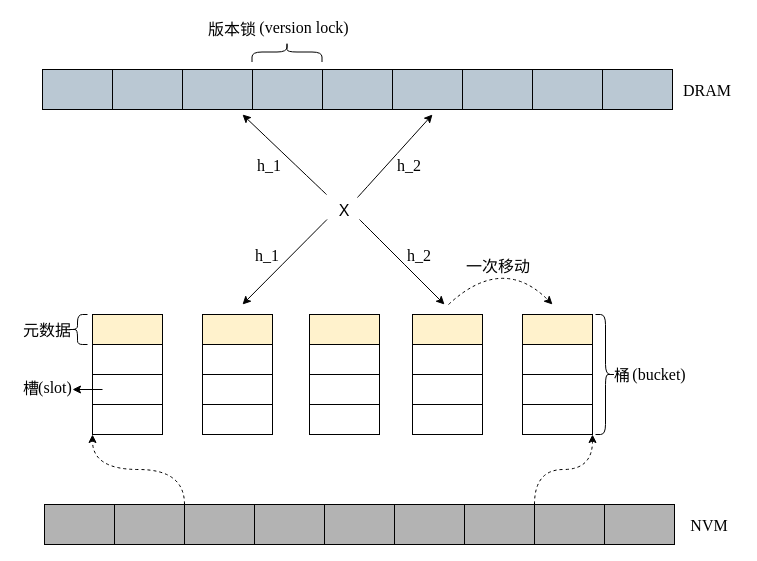
The draw.io diagram page "整体架构" (4 of 18) of 毕业论文.drawio in HustDsy/Picture, before the edit. Source tidied: cells renumbered, new cells numbered last; positions are measured from the earlier drawing's top-left corner, leaving out a move shared by most shapes. Both pictures are drawn from the tidied source at 100%, with x=0, y=0 at pixel (16, 16).
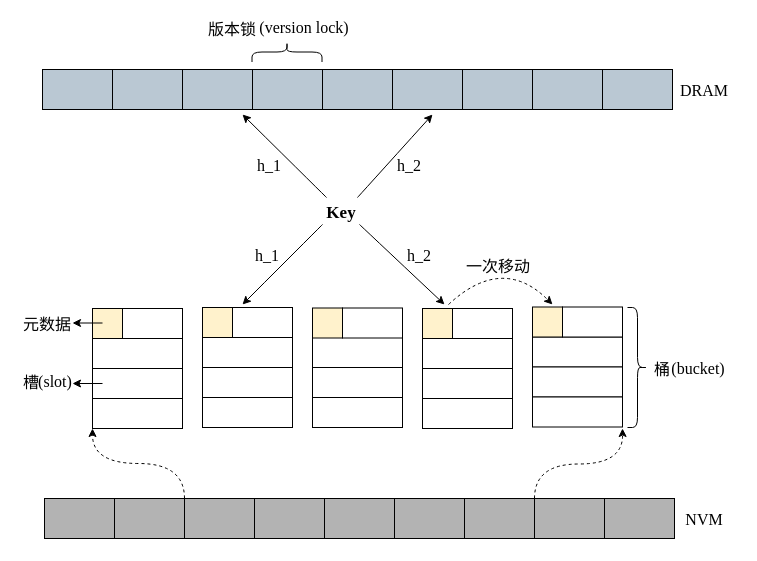
The same page after the edit.

What changed in the source:
```diff
@@
     <mxCell id="2" style="rounded=0;fillColor=#fff2cc;strokeColor=#000000;fontSize=16;" parent="1" vertex="1">
-      <mxGeometry x="76" y="298" width="70" height="30" as="geometry" />
+      <mxGeometry x="76" y="292" width="30" height="30" as="geometry" />
     </mxCell>
     <mxCell id="3" style="rounded=0;fontSize=16;" parent="1" vertex="1">
-      <mxGeometry x="76" y="328" width="70" height="30" as="geometry" />
+      <mxGeometry x="76" y="322" width="90" height="30" as="geometry" />
     </mxCell>
     <mxCell id="4" style="rounded=0;fontSize=16;" parent="1" vertex="1">
-      <mxGeometry x="76" y="358" width="70" height="30" as="geometry" />
+      <mxGeometry x="76" y="352" width="90" height="30" as="geometry" />
     </mxCell>
     <mxCell id="5" style="rounded=0;fontSize=16;" parent="1" vertex="1">
-      <mxGeometry x="76" y="388" width="70" height="30" as="geometry" />
+      <mxGeometry x="76" y="382" width="90" height="30" as="geometry" />
     </mxCell>
-    <mxCell id="6" style="rounded=0;fillColor=#fff2cc;strokeColor=#000000;fontSize=16;" parent="1" vertex="1">
-      <mxGeometry x="186" y="298" width="70" height="30" as="geometry" />
-    </mxCell>
-    <mxCell id="7" style="rounded=0;fontSize=16;" parent="1" vertex="1">
-      <mxGeometry x="186" y="328" width="70" height="30" as="geometry" />
-    </mxCell>
-    <mxCell id="8" style="rounded=0;fontSize=16;" parent="1" vertex="1">
-      <mxGeometry x="186" y="358" width="70" height="30" as="geometry" />
-    </mxCell>
-    <mxCell id="9" style="rounded=0;fontSize=16;" parent="1" vertex="1">
-      <mxGeometry x="186" y="388" width="70" height="30" as="geometry" />
-    </mxCell>
-    <mxCell id="10" style="rounded=0;fillColor=#fff2cc;strokeColor=#000000;fontSize=16;" parent="1" vertex="1">
-      <mxGeometry x="293" y="298" width="70" height="30" as="geometry" />
-    </mxCell>
-    <mxCell id="11" style="rounded=0;fontSize=16;" parent="1" vertex="1">
-      <mxGeometry x="293" y="328" width="70" height="30" as="geometry" />
-    </mxCell>
-    <mxCell id="12" style="rounded=0;fontSize=16;" parent="1" vertex="1">
-      <mxGeometry x="293" y="358" width="70" height="30" as="geometry" />
-    </mxCell>
-    <mxCell id="13" style="rounded=0;fontSize=16;" parent="1" vertex="1">
-      <mxGeometry x="293" y="388" width="70" height="30" as="geometry" />
-    </mxCell>
-    <mxCell id="14" style="rounded=0;fillColor=#fff2cc;strokeColor=#000000;fontSize=16;" parent="1" vertex="1">
-      <mxGeometry x="396" y="298" width="70" height="30" as="geometry" />
-    </mxCell>
-    <mxCell id="15" style="rounded=0;fontSize=16;" parent="1" vertex="1">
-      <mxGeometry x="396" y="328" width="70" height="30" as="geometry" />
-    </mxCell>
-    <mxCell id="16" style="rounded=0;fontSize=16;" parent="1" vertex="1">
-      <mxGeometry x="396" y="358" width="70" height="30" as="geometry" />
-    </mxCell>
-    <mxCell id="17" style="rounded=0;fontSize=16;" parent="1" vertex="1">
-      <mxGeometry x="396" y="388" width="70" height="30" as="geometry" />
-    </mxCell>
-    <mxCell id="18" style="rounded=0;fillColor=#fff2cc;strokeColor=#000000;fontSize=16;" parent="1" vertex="1">
-      <mxGeometry x="506" y="298" width="70" height="30" as="geometry" />
-    </mxCell>
-    <mxCell id="19" style="rounded=0;fontSize=16;" parent="1" vertex="1">
-      <mxGeometry x="506" y="328" width="70" height="30" as="geometry" />
-    </mxCell>
-    <mxCell id="20" style="rounded=0;fontSize=16;" parent="1" vertex="1">
-      <mxGeometry x="506" y="358" width="70" height="30" as="geometry" />
-    </mxCell>
-    <mxCell id="21" style="rounded=0;fontSize=16;" parent="1" vertex="1">
-      <mxGeometry x="506" y="388" width="70" height="30" as="geometry" />
-    </mxCell>
     <mxCell id="22" value="NVM" style="text;align=center;verticalAlign=middle;strokeColor=none;fillColor=none;fontSize=16;fontFamily=Times New Roman;fontColor=#000000;" parent="1" vertex="1">
-      <mxGeometry x="668" y="498" width="50" height="20" as="geometry" />
+      <mxGeometry x="663" y="492" width="50" height="20" as="geometry" />
     </mxCell>
     <mxCell id="23" style="rounded=0;fillColor=#B3B3B3;strokeColor=#000000;fontSize=16;" parent="1" vertex="1">
-      <mxGeometry x="28" y="488" width="70" height="40" as="geometry" />
+      <mxGeometry x="28" y="482" width="70" height="40" as="geometry" />
     </mxCell>
     <mxCell id="24" style="rounded=0;fillColor=#B3B3B3;strokeColor=#000000;fontSize=16;" parent="1" vertex="1">
-      <mxGeometry x="98" y="488" width="70" height="40" as="geometry" />
+      <mxGeometry x="98" y="482" width="70" height="40" as="geometry" />
     </mxCell>
@@
     <mxCell id="26" style="rounded=0;fillColor=#B3B3B3;strokeColor=#000000;fontSize=16;" parent="1" vertex="1">
-      <mxGeometry x="168" y="488" width="70" height="40" as="geometry" />
+      <mxGeometry x="168" y="482" width="70" height="40" as="geometry" />
     </mxCell>
     <mxCell id="27" style="rounded=0;fillColor=#B3B3B3;strokeColor=#000000;fontSize=16;" parent="1" vertex="1">
-      <mxGeometry x="238" y="488" width="70" height="40" as="geometry" />
+      <mxGeometry x="238" y="482" width="70" height="40" as="geometry" />
     </mxCell>
     <mxCell id="28" style="rounded=0;fillColor=#B3B3B3;strokeColor=#000000;fontSize=16;" parent="1" vertex="1">
-      <mxGeometry x="308" y="488" width="70" height="40" as="geometry" />
+      <mxGeometry x="308" y="482" width="70" height="40" as="geometry" />
     </mxCell>
     <mxCell id="29" style="rounded=0;fillColor=#B3B3B3;strokeColor=#000000;fontSize=16;" parent="1" vertex="1">
-      <mxGeometry x="378" y="488" width="70" height="40" as="geometry" />
+      <mxGeometry x="378" y="482" width="70" height="40" as="geometry" />
     </mxCell>
-    <mxCell id="30" style="edgeStyle=orthogonalEdgeStyle;curved=1;jettySize=auto;exitX=1;exitY=0;exitDx=0;exitDy=0;entryX=1;entryY=1;entryDx=0;entryDy=0;dashed=1;fontFamily=Times New Roman;fontSize=16;fontColor=#000000;startArrow=none;startFill=0;endArrow=classic;endFill=1;strokeColor=#000000;strokeWidth=1;" parent="1" edge="1" source="31" target="21">
-      <mxGeometry relative="1" as="geometry" />
+    <mxCell id="30" style="edgeStyle=orthogonalEdgeStyle;curved=1;jettySize=auto;exitX=1;exitY=0;exitDx=0;exitDy=0;dashed=1;fontFamily=Times New Roman;fontSize=16;fontColor=#000000;startArrow=none;startFill=0;endArrow=classic;endFill=1;strokeColor=#000000;strokeWidth=1;" parent="1" edge="1" source="31">
+      <mxGeometry relative="1" as="geometry">
+        <mxPoint x="606" y="412" as="targetPoint" />
+      </mxGeometry>
     </mxCell>
     <mxCell id="31" style="rounded=0;fillColor=#B3B3B3;strokeColor=#000000;fontSize=16;" parent="1" vertex="1">
-      <mxGeometry x="448" y="488" width="70" height="40" as="geometry" />
+      <mxGeometry x="448" y="482" width="70" height="40" as="geometry" />
     </mxCell>
     <mxCell id="32" style="rounded=0;fillColor=#B3B3B3;strokeColor=#000000;fontSize=16;" parent="1" vertex="1">
-      <mxGeometry x="518" y="488" width="70" height="40" as="geometry" />
+      <mxGeometry x="518" y="482" width="70" height="40" as="geometry" />
     </mxCell>
     <mxCell id="33" style="rounded=0;fillColor=#B3B3B3;strokeColor=#000000;fontSize=16;" parent="1" vertex="1">
-      <mxGeometry x="588" y="488" width="70" height="40" as="geometry" />
+      <mxGeometry x="588" y="482" width="70" height="40" as="geometry" />
     </mxCell>
-    <mxCell id="34" value="X" style="text;align=center;verticalAlign=middle;points=[];strokeColor=none;fillColor=none;fontSize=16;" parent="1" vertex="1">
-      <mxGeometry x="313" y="183" width="30" height="20" as="geometry" />
+    <mxCell id="34" value="Key" style="text;align=center;verticalAlign=middle;points=[];strokeColor=none;fillColor=none;fontSize=17;fontFamily=Times New Roman;fontStyle=1;" parent="1" vertex="1">
+      <mxGeometry x="300" y="179" width="50" height="30" as="geometry" />
     </mxCell>
-    <mxCell id="35" style="endArrow=classic;fontFamily=Times New Roman;fontSize=16;fontColor=#000000;strokeColor=#000000;strokeWidth=1;curved=1;exitX=-0.083;exitY=1;exitDx=0;exitDy=0;exitPerimeter=0;" parent="1" edge="1" source="34">
+    <mxCell id="35" style="endArrow=classic;fontFamily=Times New Roman;fontSize=16;fontColor=#000000;strokeColor=#000000;strokeWidth=1;curved=1;" parent="1" edge="1">
       <mxGeometry relative="1" as="geometry">
+        <mxPoint x="306" y="208" as="sourcePoint" />
         <mxPoint x="226" y="288" as="targetPoint" />
       </mxGeometry>
     </mxCell>
     <mxCell id="36" style="endArrow=classic;fontFamily=Times New Roman;fontSize=16;fontColor=#000000;strokeColor=#000000;strokeWidth=1;curved=1;" parent="1" edge="1">
       <mxGeometry relative="1" as="geometry">
-        <mxPoint x="343" y="203" as="sourcePoint" />
+        <mxPoint x="343" y="208" as="sourcePoint" />
         <mxPoint x="428" y="288" as="targetPoint" />
       </mxGeometry>
     </mxCell>
@@
     <mxCell id="48" value="DRAM" style="text;align=center;verticalAlign=middle;strokeColor=none;fillColor=none;fontSize=16;fontFamily=Times New Roman;fontColor=#000000;" parent="1" vertex="1">
-      <mxGeometry x="661" y="63" width="60" height="20" as="geometry" />
+      <mxGeometry x="658" y="63" width="60" height="20" as="geometry" />
     </mxCell>
@@
     <mxCell id="51" value=" (bucket)" style="text;strokeColor=none;fillColor=none;align=center;verticalAlign=middle;rounded=0;fontFamily=Times New Roman;fontSize=16;fontColor=#000000;" parent="1" vertex="1">
-      <mxGeometry x="597" y="342" width="88" height="30" as="geometry" />
+      <mxGeometry x="636" y="336" width="88" height="30" as="geometry" />
     </mxCell>
     <mxCell id="52" style="endArrow=classic;fontFamily=Times New Roman;fontSize=16;fontColor=#000000;strokeColor=#000000;strokeWidth=1;curved=1;" parent="1" edge="1">
       <mxGeometry relative="1" as="geometry">
-        <mxPoint x="310" y="178" as="sourcePoint" />
+        <mxPoint x="310" y="181" as="sourcePoint" />
         <mxPoint x="226" y="98" as="targetPoint" />
       </mxGeometry>
     </mxCell>
@@
     <mxCell id="56" style="shape=curlyBracket;rounded=1;flipH=1;fontFamily=简宋;fontSize=16;fontColor=#000000;strokeColor=#000000;strokeWidth=1;fillColor=#666666;rotation=0;" parent="1" vertex="1">
-      <mxGeometry x="579" y="298" width="20" height="120" as="geometry" />
+      <mxGeometry x="611" y="291" width="20" height="120" as="geometry" />
     </mxCell>
@@
-    <mxCell id="59" style="shape=curlyBracket;rounded=1;fontFamily=Times New Roman;fontSize=16;fontColor=#000000;strokeColor=#000000;strokeWidth=1;fillColor=#666666;" parent="1" vertex="1">
-      <mxGeometry x="51" y="298" width="20" height="30" as="geometry" />
-    </mxCell>
     <mxCell id="60" value="元数据" style="text;align=center;verticalAlign=middle;strokeColor=none;fillColor=none;fontSize=16;fontFamily=简宋;fontColor=#000000;" parent="1" vertex="1">
-      <mxGeometry x="1" y="303" width="60" height="20" as="geometry" />
+      <mxGeometry x="1" y="297" width="60" height="20" as="geometry" />
     </mxCell>
     <mxCell id="61" value="(slot)" style="text;align=center;verticalAlign=middle;strokeColor=none;fillColor=none;fontSize=16;fontFamily=Times New Roman;fontColor=#000000;" parent="1" vertex="1">
-      <mxGeometry x="14" y="360" width="50" height="20" as="geometry" />
+      <mxGeometry x="14" y="354" width="50" height="20" as="geometry" />
     </mxCell>
     <mxCell id="62" style="endArrow=classic;labelBackgroundColor=default;labelBorderColor=default;fontFamily=简宋;fontSize=16;elbow=vertical;" parent="1" edge="1">
       <mxGeometry relative="1" as="geometry">
-        <mxPoint x="86" y="373" as="sourcePoint" />
-        <mxPoint x="56" y="373" as="targetPoint" />
+        <mxPoint x="86" y="367" as="sourcePoint" />
+        <mxPoint x="56" y="367" as="targetPoint" />
       </mxGeometry>
     </mxCell>
     <mxCell id="63" value="桶" style="text;align=center;verticalAlign=middle;strokeColor=none;fillColor=none;fontSize=16;fontFamily=简宋;" parent="1" vertex="1">
-      <mxGeometry x="591" y="348" width="30" height="20" as="geometry" />
+      <mxGeometry x="631" y="342" width="30" height="20" as="geometry" />
     </mxCell>
     <mxCell id="64" value="槽" style="text;align=center;verticalAlign=middle;strokeColor=none;fillColor=none;fontSize=16;fontFamily=简宋;" parent="1" vertex="1">
-      <mxGeometry y="361" width="30" height="20" as="geometry" />
+      <mxGeometry y="355" width="30" height="20" as="geometry" />
     </mxCell>
@@
+    <mxCell id="66" style="rounded=0;fontSize=16;" parent="1" vertex="1">
+      <mxGeometry x="186" y="321" width="90" height="30" as="geometry" />
+    </mxCell>
+    <mxCell id="67" style="rounded=0;fontSize=16;" parent="1" vertex="1">
+      <mxGeometry x="186" y="351" width="90" height="30" as="geometry" />
+    </mxCell>
+    <mxCell id="68" style="rounded=0;fontSize=16;" parent="1" vertex="1">
+      <mxGeometry x="186" y="381" width="90" height="30" as="geometry" />
+    </mxCell>
+    <mxCell id="69" style="rounded=0;fontSize=16;" parent="1" vertex="1">
+      <mxGeometry x="296" y="321" width="90" height="30" as="geometry" />
+    </mxCell>
+    <mxCell id="70" style="rounded=0;fontSize=16;" parent="1" vertex="1">
+      <mxGeometry x="296" y="351" width="90" height="30" as="geometry" />
+    </mxCell>
+    <mxCell id="71" style="rounded=0;fontSize=16;" parent="1" vertex="1">
+      <mxGeometry x="296" y="381" width="90" height="30" as="geometry" />
+    </mxCell>
+    <mxCell id="72" style="rounded=0;fontSize=16;" parent="1" vertex="1">
+      <mxGeometry x="406" y="322" width="90" height="30" as="geometry" />
+    </mxCell>
+    <mxCell id="73" style="rounded=0;fontSize=16;" parent="1" vertex="1">
+      <mxGeometry x="406" y="352" width="90" height="30" as="geometry" />
+    </mxCell>
+    <mxCell id="74" style="rounded=0;fontSize=16;" parent="1" vertex="1">
+      <mxGeometry x="406" y="382" width="90" height="30" as="geometry" />
+    </mxCell>
+    <mxCell id="75" style="rounded=0;fontSize=16;" parent="1" vertex="1">
+      <mxGeometry x="516" y="320.5" width="90" height="30" as="geometry" />
+    </mxCell>
+    <mxCell id="76" style="rounded=0;fontSize=16;" parent="1" vertex="1">
+      <mxGeometry x="516" y="350.5" width="90" height="30" as="geometry" />
+    </mxCell>
+    <mxCell id="77" style="rounded=0;fontSize=16;" parent="1" vertex="1">
+      <mxGeometry x="516" y="380.5" width="90" height="30" as="geometry" />
+    </mxCell>
+    <mxCell id="78" style="rounded=0;fontSize=16;" parent="1" vertex="1">
+      <mxGeometry x="106" y="292" width="60" height="30" as="geometry" />
+    </mxCell>
+    <mxCell id="79" style="rounded=0;fillColor=#fff2cc;strokeColor=#000000;fontSize=16;" parent="1" vertex="1">
+      <mxGeometry x="186" y="291" width="30" height="30" as="geometry" />
+    </mxCell>
+    <mxCell id="80" style="rounded=0;fontSize=16;" parent="1" vertex="1">
+      <mxGeometry x="216" y="291" width="60" height="30" as="geometry" />
+    </mxCell>
+    <mxCell id="81" style="rounded=0;fontSize=16;" parent="1" vertex="1">
+      <mxGeometry x="326" y="291.5" width="60" height="30" as="geometry" />
+    </mxCell>
+    <mxCell id="82" style="rounded=0;fillColor=#fff2cc;strokeColor=#000000;fontSize=16;" parent="1" vertex="1">
+      <mxGeometry x="296" y="291.5" width="30" height="30" as="geometry" />
+    </mxCell>
+    <mxCell id="83" style="rounded=0;fontSize=16;" parent="1" vertex="1">
+      <mxGeometry x="436" y="292" width="60" height="30" as="geometry" />
+    </mxCell>
+    <mxCell id="84" style="rounded=0;fillColor=#fff2cc;strokeColor=#000000;fontSize=16;" parent="1" vertex="1">
+      <mxGeometry x="406" y="292" width="30" height="30" as="geometry" />
+    </mxCell>
+    <mxCell id="85" style="rounded=0;fontSize=16;" parent="1" vertex="1">
+      <mxGeometry x="546" y="290.5" width="60" height="30" as="geometry" />
+    </mxCell>
+    <mxCell id="86" style="rounded=0;fillColor=#fff2cc;strokeColor=#000000;fontSize=16;" parent="1" vertex="1">
+      <mxGeometry x="516" y="290.5" width="30" height="30" as="geometry" />
+    </mxCell>
+    <mxCell id="87" style="endArrow=classic;labelBackgroundColor=default;labelBorderColor=default;fontFamily=简宋;fontSize=16;elbow=vertical;" parent="1" edge="1">
+      <mxGeometry relative="1" as="geometry">
+        <mxPoint x="86" y="306.5" as="sourcePoint" />
+        <mxPoint x="56" y="306.5" as="targetPoint" />
+      </mxGeometry>
+    </mxCell>
```
